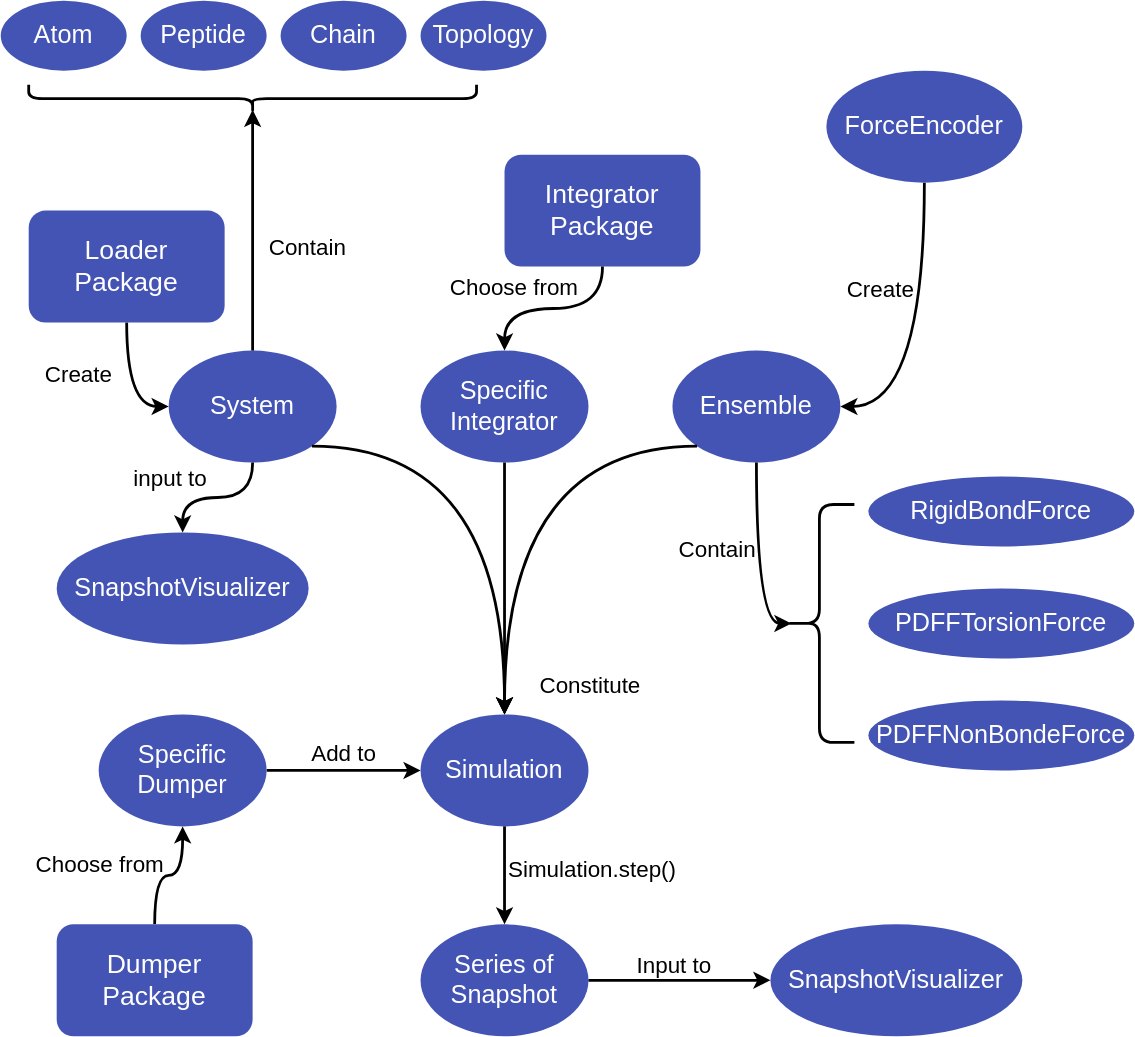
openpd-dev/openpd keeps this draw.io diagram as docs/src/quick_start/images/openpd.svg. Above is the earlier version. Source tidied: cells renumbered, new cells last; positions are measured from the earlier drawing's top-left corner, leaving out a move shared by most shapes.
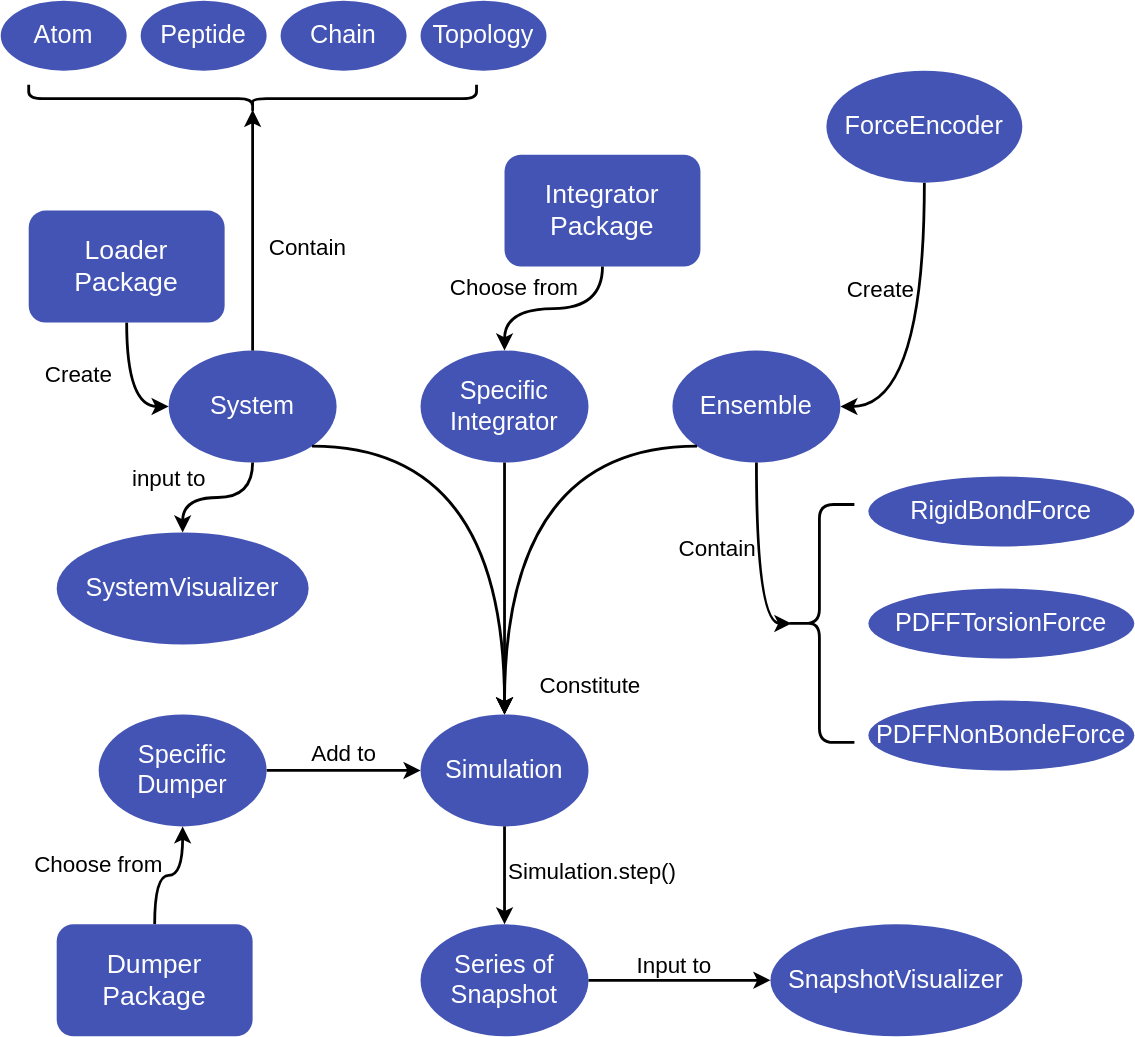
After the change.

Diff of the diagram source:
```diff
@@ -141,7 +141,7 @@
         <mxPoint x="-21" y="-2" as="offset" />
       </mxGeometry>
     </mxCell>
-    <mxCell id="43" value="&lt;font color=&quot;#ffffff&quot;&gt;&lt;span style=&quot;font-size: 18px&quot;&gt;SnapshotVisualizer&lt;/span&gt;&lt;/font&gt;" style="ellipse;whiteSpace=wrap;html=1;shadow=0;strokeColor=none;fillColor=#4454b4;" parent="1" vertex="1">
+    <mxCell id="43" value="&lt;font color=&quot;#ffffff&quot;&gt;&lt;span style=&quot;font-size: 18px&quot;&gt;SystemVisualizer&lt;/span&gt;&lt;/font&gt;" style="ellipse;whiteSpace=wrap;html=1;shadow=0;strokeColor=none;fillColor=#4454b4;" parent="1" vertex="1">
       <mxGeometry x="40" y="470" width="180" height="80" as="geometry" />
     </mxCell>
     <mxCell id="44" style="edgeStyle=orthogonalEdgeStyle;curved=1;rounded=0;jettySize=auto;html=1;exitX=0.5;exitY=1;exitDx=0;exitDy=0;entryX=0.5;entryY=0;entryDx=0;entryDy=0;labelBackgroundColor=none;fontSize=16;fontColor=#000000;strokeWidth=2;" parent="1" edge="1" source="2" target="43">
```
